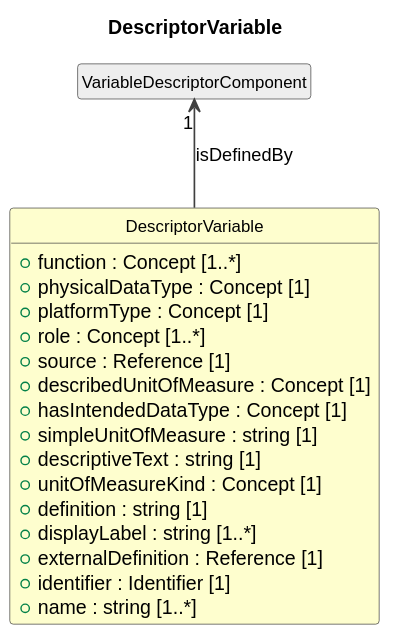
This is cdif-uml-model/CDIFDataStructure/Classes/DescriptorVariable.svg from Cross-Domain-Interoperability-Framework/metadataBuildingBlocks, a PlantUML export, as it was before one commit.
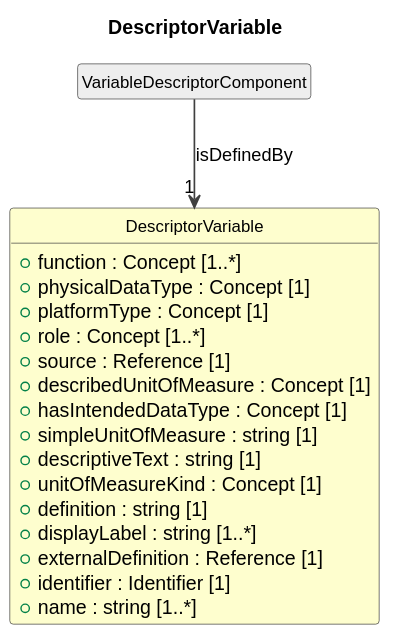
The same file after the commit.

Change to the diagram source:
```diff
@@ -28,5 +28,5 @@
   +name : string [1..*]
 }
 class "VariableDescriptorComponent" as VariableDescriptorComponent #EEEEEE
-VariableDescriptorComponent "1" <-- DescriptorVariable : isDefinedBy
+VariableDescriptorComponent --> "1" DescriptorVariable : isDefinedBy
 @enduml
```
